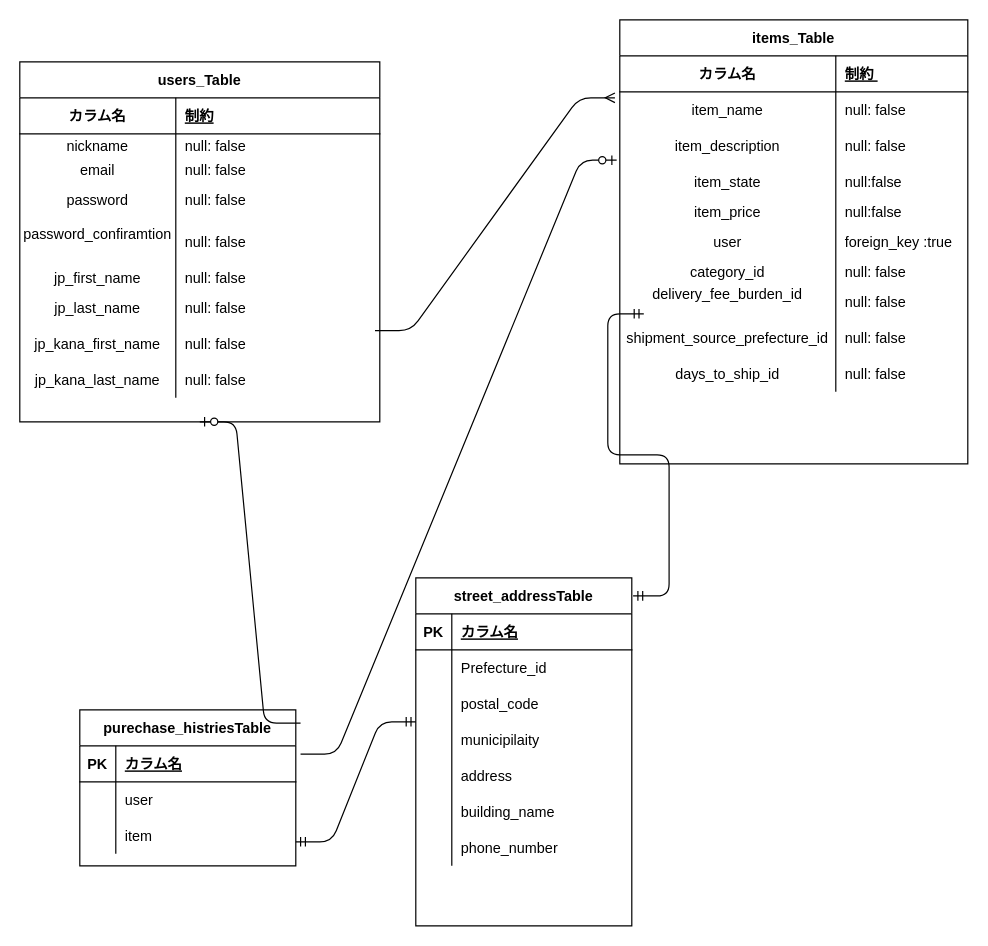
The draw.io diagram furimaDB.dio in mizukiokumura/furima-33989, before the edit. Source tidied: cells renumbered, new cells numbered last; positions are measured from the earlier drawing's top-left corner, leaving out a move shared by most shapes. Both pictures are drawn from the tidied source at 120%, with x=0, y=0 at pixel (19, 19).
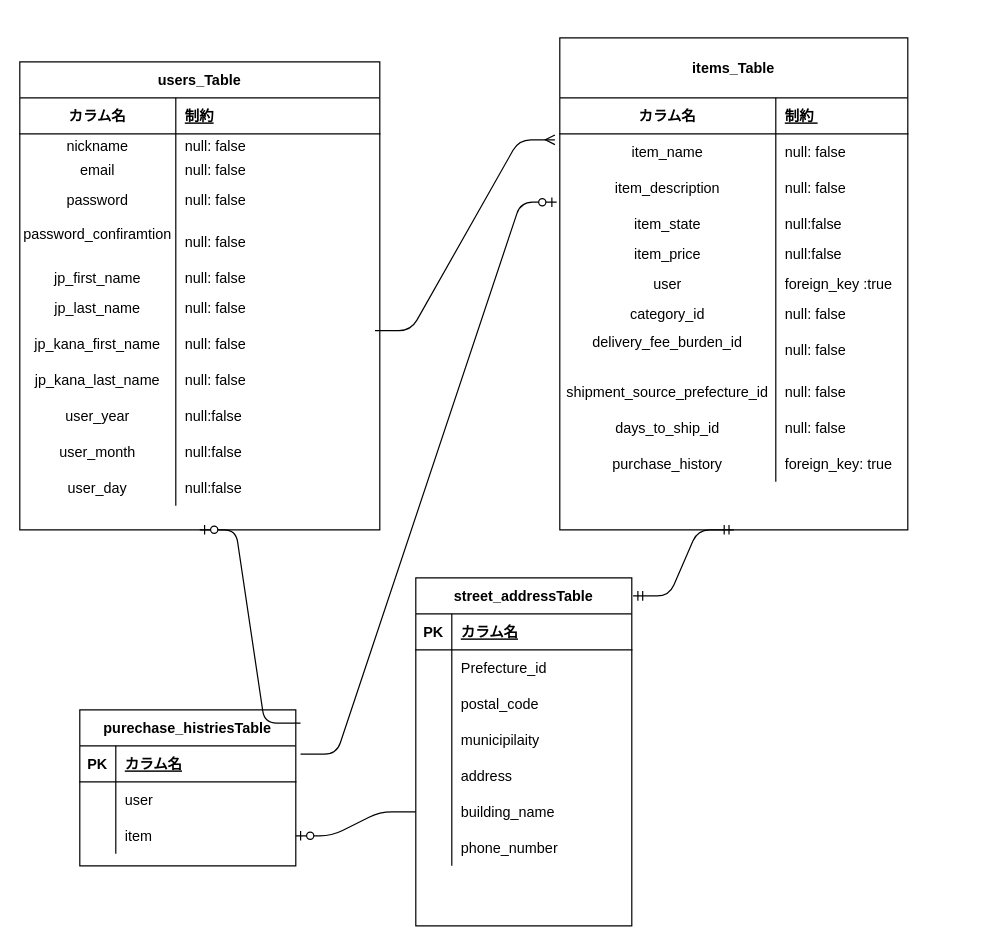
The same page after the edit.

Commit message (it also covers changes not shown here):
修正依頼箇所を修正３回目

Unchanged cells that the change refers to:
```xml
<mxCell id="62" value="street_addressTable" style="shape=table;startSize=30;childLayout=tableLayout;rowLines=0;fontStyle=1;align=center;" parent="1" vertex="1">
  <mxGeometry x="330" y="465" width="180" height="290" as="geometry" />
</mxCell>
<mxCell id="78" style="shape=partialRectangle;fillColor=none;top=0;left=0;bottom=0;right=0;points=[[0,0.5],[1,0.5]];portConstraint=eastwest;" parent="62" vertex="1">
  <mxGeometry y="180" width="180" height="30" as="geometry" />
</mxCell>
<mxCell id="92" style="shape=partialRectangle;fillColor=none;top=0;left=0;bottom=0;right=0;points=[[0,0.5],[1,0.5]];portConstraint=eastwest;" parent="85" vertex="1">
  <mxGeometry y="90" width="180" height="30" as="geometry" />
</mxCell>
```

The edit, as a diff of the source:
```diff
@@
     <mxCell id="2" value="users_Table" style="shape=table;startSize=30;childLayout=tableLayout;rowLines=0;fontStyle=1;align=center;" parent="1" vertex="1">
-      <mxGeometry y="35" width="300" height="300" as="geometry" />
+      <mxGeometry y="35" width="300" height="390" as="geometry" />
     </mxCell>
@@
+    <mxCell id="98" style="shape=partialRectangle;fillColor=none;top=0;left=0;bottom=0;right=0;" parent="2" vertex="1">
+      <mxGeometry y="280" width="300" height="30" as="geometry" />
+    </mxCell>
+    <mxCell id="99" value="user_year" style="shape=partialRectangle;fillColor=none;top=0;left=0;bottom=0;right=0;overflow=hidden;" parent="98" vertex="1">
+      <mxGeometry width="130" height="30" as="geometry" />
+    </mxCell>
+    <mxCell id="100" value="null:false" style="shape=partialRectangle;fillColor=none;top=0;left=0;bottom=0;right=0;align=left;spacingLeft=6;overflow=hidden;" parent="98" vertex="1">
+      <mxGeometry x="130" width="170" height="30" as="geometry" />
+    </mxCell>
+    <mxCell id="101" style="shape=partialRectangle;fillColor=none;top=0;left=0;bottom=0;right=0;" parent="2" vertex="1">
+      <mxGeometry y="310" width="300" height="30" as="geometry" />
+    </mxCell>
+    <mxCell id="102" value="user_month" style="shape=partialRectangle;fillColor=none;top=0;left=0;bottom=0;right=0;overflow=hidden;" parent="101" vertex="1">
+      <mxGeometry width="130" height="30" as="geometry" />
+    </mxCell>
+    <mxCell id="103" value="null:false" style="shape=partialRectangle;fillColor=none;top=0;left=0;bottom=0;right=0;align=left;spacingLeft=6;overflow=hidden;" parent="101" vertex="1">
+      <mxGeometry x="130" width="170" height="30" as="geometry" />
+    </mxCell>
+    <mxCell id="104" style="shape=partialRectangle;fillColor=none;top=0;left=0;bottom=0;right=0;" parent="2" vertex="1">
+      <mxGeometry y="340" width="300" height="30" as="geometry" />
+    </mxCell>
+    <mxCell id="105" value="user_day" style="shape=partialRectangle;fillColor=none;top=0;left=0;bottom=0;right=0;overflow=hidden;" parent="104" vertex="1">
+      <mxGeometry width="130" height="30" as="geometry" />
+    </mxCell>
+    <mxCell id="106" value="null:false" style="shape=partialRectangle;fillColor=none;top=0;left=0;bottom=0;right=0;align=left;spacingLeft=6;overflow=hidden;" parent="104" vertex="1">
+      <mxGeometry x="130" width="170" height="30" as="geometry" />
+    </mxCell>
-    <mxCell id="30" value="items_Table" style="shape=table;startSize=30;childLayout=tableLayout;rowLines=0;fontStyle=1;align=center;" parent="1" vertex="1">
-      <mxGeometry x="500" width="290" height="370" as="geometry" />
+    <mxCell id="30" value="items_Table" style="shape=table;startSize=50;childLayout=tableLayout;rowLines=0;fontStyle=1;align=center;" parent="1" vertex="1">
+      <mxGeometry x="450" y="15" width="290" height="410" as="geometry" />
     </mxCell>
     <mxCell id="31" style="shape=partialRectangle;fillColor=none;top=0;left=0;bottom=1;right=0;" parent="30" vertex="1">
-      <mxGeometry y="30" width="290" height="30" as="geometry" />
+      <mxGeometry y="50" width="290" height="30" as="geometry" />
     </mxCell>
@@
     <mxCell id="34" style="shape=partialRectangle;fillColor=none;top=0;left=0;bottom=0;right=0;points=[[0,0.5],[1,0.5]];portConstraint=eastwest;" parent="30" vertex="1">
-      <mxGeometry y="60" width="290" height="30" as="geometry" />
+      <mxGeometry y="80" width="290" height="30" as="geometry" />
     </mxCell>
@@
     <mxCell id="37" style="shape=partialRectangle;fillColor=none;top=0;left=0;bottom=0;right=0;points=[[0,0.5],[1,0.5]];portConstraint=eastwest;" parent="30" vertex="1">
-      <mxGeometry y="90" width="290" height="30" as="geometry" />
+      <mxGeometry y="110" width="290" height="30" as="geometry" />
     </mxCell>
@@
     <mxCell id="40" style="shape=partialRectangle;fillColor=none;top=0;left=0;bottom=0;right=0;" parent="30" vertex="1">
-      <mxGeometry y="120" width="290" height="30" as="geometry" />
+      <mxGeometry y="140" width="290" height="30" as="geometry" />
     </mxCell>
@@
     <mxCell id="43" style="shape=partialRectangle;fillColor=none;top=0;left=0;bottom=0;right=0;" parent="30" vertex="1">
-      <mxGeometry y="150" width="290" height="20" as="geometry" />
+      <mxGeometry y="170" width="290" height="20" as="geometry" />
     </mxCell>
@@
     <mxCell id="46" style="shape=partialRectangle;fillColor=none;top=0;left=0;bottom=0;right=0;" parent="30" vertex="1">
-      <mxGeometry y="170" width="290" height="30" as="geometry" />
+      <mxGeometry y="190" width="290" height="30" as="geometry" />
     </mxCell>
@@
     <mxCell id="49" style="shape=partialRectangle;fillColor=none;top=0;left=0;bottom=0;right=0;" parent="30" vertex="1">
-      <mxGeometry y="200" width="290" height="20" as="geometry" />
+      <mxGeometry y="220" width="290" height="20" as="geometry" />
     </mxCell>
@@
     <mxCell id="52" style="shape=partialRectangle;fillColor=none;top=0;left=0;bottom=0;right=0;" parent="30" vertex="1">
-      <mxGeometry y="220" width="290" height="30" as="geometry" />
+      <mxGeometry y="240" width="290" height="40" as="geometry" />
     </mxCell>
     <mxCell id="53" value="delivery_fee_burden_id&#10;" style="shape=partialRectangle;fillColor=none;top=0;left=0;bottom=0;right=0;overflow=hidden;" parent="52" vertex="1">
-      <mxGeometry width="180" height="30" as="geometry" />
+      <mxGeometry width="180" height="40" as="geometry" />
     </mxCell>
     <mxCell id="54" value="null: false" style="shape=partialRectangle;fillColor=none;top=0;left=0;bottom=0;right=0;align=left;spacingLeft=6;overflow=hidden;" parent="52" vertex="1">
-      <mxGeometry x="180" width="110" height="30" as="geometry" />
+      <mxGeometry x="180" width="110" height="40" as="geometry" />
     </mxCell>
     <mxCell id="55" style="shape=partialRectangle;fillColor=none;top=0;left=0;bottom=0;right=0;" parent="30" vertex="1">
-      <mxGeometry y="250" width="290" height="30" as="geometry" />
+      <mxGeometry y="280" width="290" height="30" as="geometry" />
     </mxCell>
@@
     <mxCell id="58" style="shape=partialRectangle;fillColor=none;top=0;left=0;bottom=0;right=0;" parent="30" vertex="1">
-      <mxGeometry y="280" width="290" height="30" as="geometry" />
+      <mxGeometry y="310" width="290" height="30" as="geometry" />
     </mxCell>
@@
+    <mxCell id="107" style="shape=partialRectangle;fillColor=none;top=0;left=0;bottom=0;right=0;" parent="30" vertex="1">
+      <mxGeometry y="340" width="290" height="30" as="geometry" />
+    </mxCell>
+    <mxCell id="108" value="purchase_history" style="shape=partialRectangle;fillColor=none;top=0;left=0;bottom=0;right=0;overflow=hidden;" parent="107" vertex="1">
+      <mxGeometry width="180" height="30" as="geometry" />
+    </mxCell>
+    <mxCell id="109" value="foreign_key: true" style="shape=partialRectangle;fillColor=none;top=0;left=0;bottom=0;right=0;align=left;spacingLeft=6;overflow=hidden;" parent="107" vertex="1">
+      <mxGeometry x="180" width="110" height="30" as="geometry" />
+    </mxCell>
@@
-    <mxCell id="84" style="edgeStyle=entityRelationEdgeStyle;fontSize=12;html=1;endArrow=ERmandOne;startArrow=ERmandOne;exitX=1.006;exitY=0.052;exitDx=0;exitDy=0;exitPerimeter=0;" parent="1" edge="1" source="62">
-      <mxGeometry relative="1" as="geometry">
-        <mxPoint x="520" y="245" as="targetPoint" />
-      </mxGeometry>
+    <mxCell id="84" style="edgeStyle=entityRelationEdgeStyle;fontSize=12;html=1;endArrow=ERmandOne;startArrow=ERmandOne;exitX=1.006;exitY=0.052;exitDx=0;exitDy=0;exitPerimeter=0;entryX=0.5;entryY=1;entryDx=0;entryDy=0;" parent="1" edge="1" source="62" target="30">
+      <mxGeometry relative="1" as="geometry" />
     </mxCell>
@@
-    <mxCell id="97" style="edgeStyle=entityRelationEdgeStyle;fontSize=12;html=1;endArrow=ERmandOne;startArrow=ERmandOne;" parent="1" edge="1">
-      <mxGeometry relative="1" as="geometry">
-        <mxPoint x="230" y="685" as="sourcePoint" />
-        <mxPoint x="330" y="585" as="targetPoint" />
-      </mxGeometry>
-    </mxCell>
+    <mxCell id="110" style="edgeStyle=entityRelationEdgeStyle;fontSize=12;html=1;endArrow=ERzeroToOne;endFill=1;exitX=0;exitY=0.5;exitDx=0;exitDy=0;entryX=1;entryY=0.5;entryDx=0;entryDy=0;" parent="1" edge="1" source="78" target="92">
+      <mxGeometry relative="1" as="geometry" />
+    </mxCell>
```
